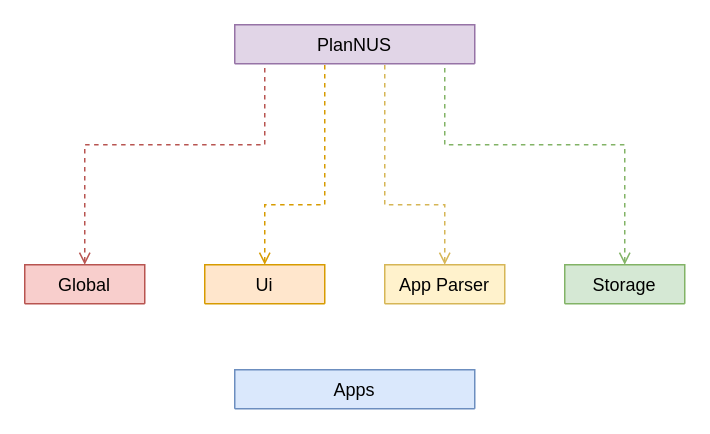
This is docs/base/Architecture.drawio from vanessa-kang/tp, a draw.io file, before an edit. Source tidied: cells renumbered, new cells numbered last; positions are measured from the earlier drawing's top-left corner, leaving out a move shared by most shapes. Both pictures are drawn from the tidied source at 150%, with x=0, y=0 at pixel (24, 24).
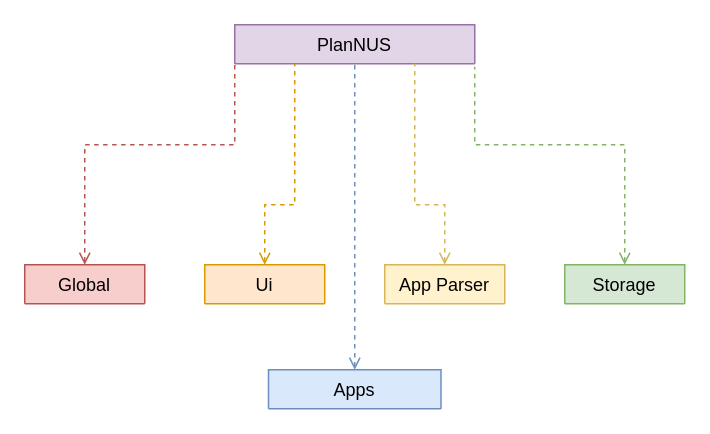
The same diagram, later.

Unchanged cells that the change refers to:
```xml
<mxCell id="2" value="PlanNUS" style="swimlane;fontStyle=0;align=center;verticalAlign=top;horizontal=1;startSize=26;rounded=0;shadow=0;strokeWidth=1;fillColor=#e1d5e7;strokeColor=#9673a6;" parent="1" vertex="1" collapsed="1">
  <mxGeometry x="140" width="160" height="26" as="geometry" />
</mxCell>
<mxCell id="7" value="App Parser" style="swimlane;fontStyle=0;align=center;verticalAlign=top;horizontal=1;startSize=26;rounded=0;shadow=0;strokeWidth=1;fillColor=#fff2cc;strokeColor=#d6b656;" parent="1" vertex="1" collapsed="1">
  <mxGeometry x="240" y="160" width="80" height="26" as="geometry" />
</mxCell>
<mxCell id="8" value="Global" style="swimlane;fontStyle=0;align=center;verticalAlign=top;horizontal=1;startSize=26;rounded=0;shadow=0;strokeWidth=1;fillColor=#f8cecc;strokeColor=#b85450;" parent="1" vertex="1" collapsed="1">
  <mxGeometry y="160" width="80" height="26" as="geometry" />
</mxCell>
<mxCell id="9" value="Ui" style="swimlane;fontStyle=0;align=center;verticalAlign=top;horizontal=1;startSize=26;rounded=0;shadow=0;strokeWidth=1;fillColor=#ffe6cc;strokeColor=#d79b00;" parent="1" vertex="1" collapsed="1">
  <mxGeometry x="120" y="160" width="80" height="26" as="geometry" />
</mxCell>
<mxCell id="10" value="Storage" style="swimlane;fontStyle=0;align=center;verticalAlign=top;horizontal=1;startSize=26;rounded=0;shadow=0;strokeWidth=1;fillColor=#d5e8d4;strokeColor=#82b366;" parent="1" vertex="1" collapsed="1">
  <mxGeometry x="360" y="160" width="80" height="26" as="geometry" />
</mxCell>
```

What changed in the source:
```diff
@@
-    <mxCell id="3" style="endArrow=none;dashed=1;html=1;endFill=0;startArrow=open;startFill=0;exitX=0.5;exitY=0;exitDx=0;exitDy=0;rounded=0;fillColor=#fff2cc;strokeColor=#d6b656;" parent="1" edge="1" source="7">
+    <mxCell id="3" style="endArrow=none;dashed=1;html=1;endFill=0;startArrow=open;startFill=0;exitX=0.5;exitY=0;exitDx=0;exitDy=0;rounded=0;fillColor=#fff2cc;strokeColor=#d6b656;entryX=0.75;entryY=1;entryDx=0;entryDy=0;" parent="1" edge="1" source="7" target="2">
       <mxGeometry relative="1" as="geometry">
-        <mxPoint x="240" y="26" as="targetPoint" />
         <Array as="points">
           <mxPoint x="280" y="120" />
-          <mxPoint x="240" y="120" />
+          <mxPoint x="260" y="120" />
         </Array>
       </mxGeometry>
     </mxCell>
     <mxCell id="4" style="endArrow=none;dashed=1;html=1;exitX=0.5;exitY=0;exitDx=0;exitDy=0;endFill=0;startArrow=open;startFill=0;rounded=0;fillColor=#d5e8d4;strokeColor=#82b366;" parent="1" edge="1" source="10">
       <mxGeometry relative="1" as="geometry">
-        <mxPoint x="280" y="28" as="targetPoint" />
+        <mxPoint x="300" y="28" as="targetPoint" />
         <Array as="points">
           <mxPoint x="400" y="80" />
-          <mxPoint x="280" y="80" />
+          <mxPoint x="300" y="80" />
         </Array>
       </mxGeometry>
     </mxCell>
-    <mxCell id="5" style="endArrow=none;dashed=1;html=1;endFill=0;startArrow=open;startFill=0;exitX=0.5;exitY=0;exitDx=0;exitDy=0;rounded=0;fillColor=#ffe6cc;strokeColor=#d79b00;" parent="1" edge="1" source="9">
+    <mxCell id="5" style="endArrow=none;dashed=1;html=1;endFill=0;startArrow=open;startFill=0;exitX=0.5;exitY=0;exitDx=0;exitDy=0;rounded=0;fillColor=#ffe6cc;strokeColor=#d79b00;entryX=0.25;entryY=1;entryDx=0;entryDy=0;" parent="1" edge="1" source="9" target="2">
       <mxGeometry relative="1" as="geometry">
-        <mxPoint x="200" y="26" as="targetPoint" />
         <Array as="points">
           <mxPoint x="160" y="120" />
-          <mxPoint x="200" y="120" />
+          <mxPoint x="180" y="120" />
         </Array>
       </mxGeometry>
     </mxCell>
     <mxCell id="6" style="endArrow=none;dashed=1;html=1;endFill=0;startArrow=open;startFill=0;exitX=0.5;exitY=0;exitDx=0;exitDy=0;rounded=0;fillColor=#f8cecc;strokeColor=#b85450;" parent="1" edge="1" source="8">
       <mxGeometry relative="1" as="geometry">
-        <mxPoint x="160" y="26" as="targetPoint" />
+        <mxPoint x="140" y="26" as="targetPoint" />
         <Array as="points">
           <mxPoint x="40" y="80" />
-          <mxPoint x="160" y="80" />
+          <mxPoint x="140" y="80" />
         </Array>
       </mxGeometry>
     </mxCell>
@@
+    <mxCell id="12" style="endArrow=none;dashed=1;html=1;strokeWidth=1;entryX=0.5;entryY=1;entryDx=0;entryDy=0;exitX=0.5;exitY=0;exitDx=0;exitDy=0;fillColor=#dae8fc;strokeColor=#6c8ebf;endFill=0;startArrow=open;startFill=0;" parent="1" edge="1" source="11" target="2">
+      <mxGeometry relative="1" as="geometry" />
+    </mxCell>
     <mxCell id="11" value="Apps" style="swimlane;fontStyle=0;align=center;verticalAlign=top;horizontal=1;startSize=26;rounded=0;shadow=0;strokeWidth=1;fillColor=#dae8fc;strokeColor=#6c8ebf;" parent="1" vertex="1" collapsed="1">
-      <mxGeometry x="140" y="230" width="160" height="26" as="geometry" />
+      <mxGeometry x="162.5" y="230" width="115" height="26" as="geometry" />
     </mxCell>
```
